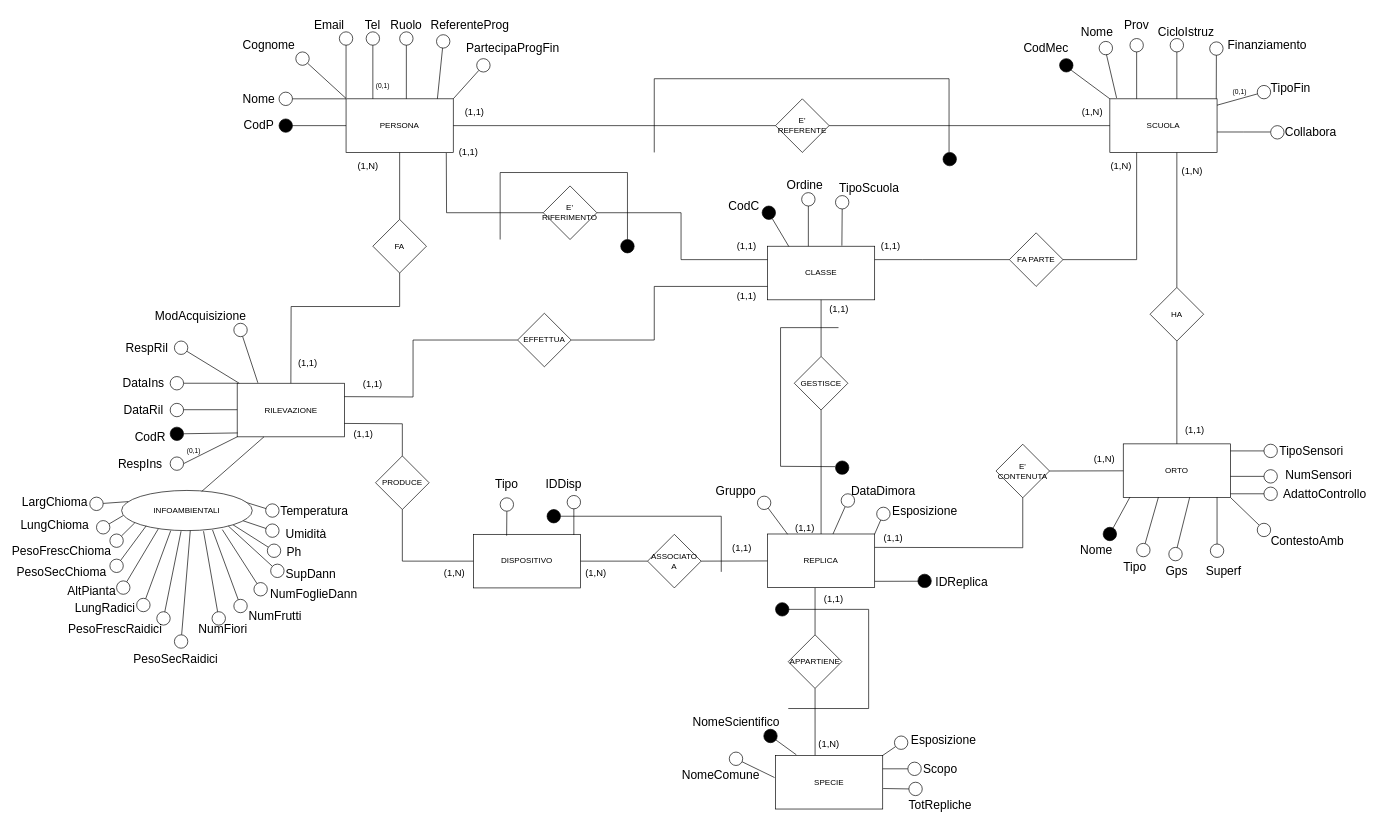
This is BD_ER_2023.drawio from pizzo-kyle/unige, a draw.io file, before an edit. Source tidied: cells renumbered, new cells numbered last; positions are measured from the earlier drawing's top-left corner, leaving out a move shared by most shapes. Both pictures are drawn from the tidied source at 67%, with x=0, y=0 at pixel (39, 11).
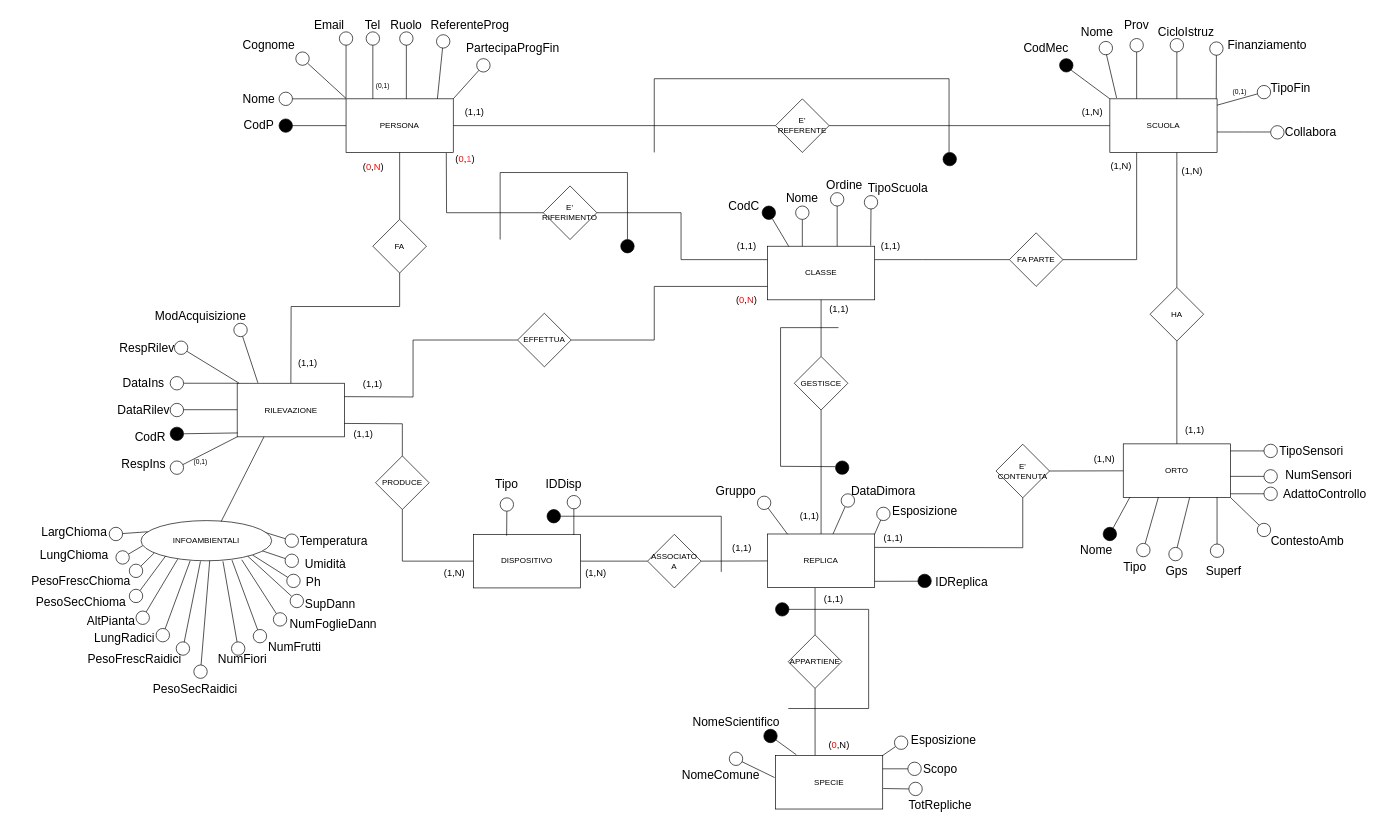
Above is the later version.

Unchanged cells that the change refers to:
```xml
<mxCell id="5" value="CLASSE" style="rounded=0;whiteSpace=wrap;html=1;" parent="1" vertex="1">
  <mxGeometry x="1087" y="350" width="160" height="80" as="geometry" />
</mxCell>
```

The edit, as a diff of the source:
```diff
@@
     <mxCell id="50" style="endArrow=none;html=1;rounded=0;" parent="1" edge="1">
       <mxGeometry relative="1" as="geometry">
-        <mxPoint x="1148" y="350" as="sourcePoint" />
-        <mxPoint x="1148" y="290" as="targetPoint" />
+        <mxPoint x="1191" y="350" as="sourcePoint" />
+        <mxPoint x="1191" y="290" as="targetPoint" />
       </mxGeometry>
     </mxCell>
     <mxCell id="51" value="&lt;font style=&quot;font-size: 18px;&quot;&gt;Ordine&lt;/font&gt;" style="text;html=1;strokeColor=none;fillColor=none;align=center;verticalAlign=middle;whiteSpace=wrap;rounded=0;" parent="1" vertex="1">
-      <mxGeometry x="1113" y="244.4" width="60" height="30" as="geometry" />
+      <mxGeometry x="1171.5" y="244.4" width="60" height="30" as="geometry" />
     </mxCell>
-    <mxCell id="52" style="endArrow=none;html=1;rounded=0;exitX=0.694;exitY=-0.01;exitDx=0;exitDy=0;exitPerimeter=0;" parent="1" edge="1" source="5" target="157">
-      <mxGeometry relative="1" as="geometry" />
+    <mxCell id="52" style="endArrow=none;html=1;rounded=0;exitX=0.694;exitY=-0.01;exitDx=0;exitDy=0;exitPerimeter=0;" parent="1" edge="1" target="157">
+      <mxGeometry relative="1" as="geometry">
+        <mxPoint x="1241" y="349.2" as="sourcePoint" />
+      </mxGeometry>
     </mxCell>
     <mxCell id="53" value="&lt;font style=&quot;font-size: 18px;&quot;&gt;TipoScuola&lt;/font&gt;" style="text;html=1;strokeColor=none;fillColor=none;align=center;verticalAlign=middle;whiteSpace=wrap;rounded=0;" parent="1" vertex="1">
-      <mxGeometry x="1208.5" y="249.4" width="60" height="30" as="geometry" />
+      <mxGeometry x="1251.5" y="249.4" width="60" height="30" as="geometry" />
     </mxCell>
@@
-    <mxCell id="61" value="&lt;span style=&quot;font-size: 18px;&quot;&gt;DataRil&lt;/span&gt;" style="text;html=1;strokeColor=none;fillColor=none;align=center;verticalAlign=middle;whiteSpace=wrap;rounded=0;" parent="1" vertex="1">
+    <mxCell id="61" value="&lt;span style=&quot;font-size: 18px;&quot;&gt;DataRilev&lt;/span&gt;" style="text;html=1;strokeColor=none;fillColor=none;align=center;verticalAlign=middle;whiteSpace=wrap;rounded=0;" parent="1" vertex="1">
       <mxGeometry x="115.5" y="574.5" width="80" height="40" as="geometry" />
     </mxCell>
@@
-    <mxCell id="67" value="&lt;span style=&quot;font-size: 18px;&quot;&gt;RespRil&lt;/span&gt;" style="text;html=1;strokeColor=none;fillColor=none;align=center;verticalAlign=middle;whiteSpace=wrap;rounded=0;" parent="1" vertex="1">
+    <mxCell id="67" value="&lt;span style=&quot;font-size: 18px;&quot;&gt;RespRilev&lt;/span&gt;" style="text;html=1;strokeColor=none;fillColor=none;align=center;verticalAlign=middle;whiteSpace=wrap;rounded=0;" parent="1" vertex="1">
       <mxGeometry x="115.5" y="481.5" width="90" height="40" as="geometry" />
     </mxCell>
-    <mxCell id="68" style="endArrow=none;html=1;rounded=0;" parent="1" edge="1">
+    <mxCell id="68" style="endArrow=none;html=1;rounded=0;" parent="1" edge="1" source="69">
       <mxGeometry relative="1" as="geometry">
-        <mxPoint x="215.5" y="674.5" as="sourcePoint" />
         <mxPoint x="295.5" y="634.5" as="targetPoint" />
       </mxGeometry>
     </mxCell>
     <mxCell id="69" style="ellipse;whiteSpace=wrap;html=1;fillColor=#FFFFFF;direction=south;gradientColor=none;" parent="1" vertex="1">
-      <mxGeometry x="195.5" y="664.5" width="20" height="20" as="geometry" />
+      <mxGeometry x="195.5" y="670.5" width="20" height="20" as="geometry" />
     </mxCell>
     <mxCell id="70" value="&lt;span style=&quot;font-size: 18px;&quot;&gt;RespIns&lt;/span&gt;" style="text;html=1;strokeColor=none;fillColor=none;align=center;verticalAlign=middle;whiteSpace=wrap;rounded=0;" parent="1" vertex="1">
-      <mxGeometry x="105.5" y="654.5" width="90" height="40" as="geometry" />
+      <mxGeometry x="110.5" y="654.5" width="90" height="40" as="geometry" />
     </mxCell>
@@
     <mxCell id="95" style="ellipse;whiteSpace=wrap;html=1;fillColor=#FFFFFF;direction=south;gradientColor=none;" parent="1" vertex="1">
-      <mxGeometry x="340.5" y="794.5" width="20" height="20" as="geometry" />
+      <mxGeometry x="369.5" y="839.5" width="20" height="20" as="geometry" />
     </mxCell>
     <mxCell id="96" value="&lt;span style=&quot;font-size: 18px;&quot;&gt;Ph&lt;/span&gt;" style="text;html=1;strokeColor=none;fillColor=none;align=center;verticalAlign=middle;whiteSpace=wrap;rounded=0;" parent="1" vertex="1">
-      <mxGeometry x="358" y="794.5" width="45" height="25" as="geometry" />
+      <mxGeometry x="387" y="839.5" width="45" height="25" as="geometry" />
     </mxCell>
@@
     <mxCell id="98" style="ellipse;whiteSpace=wrap;html=1;fillColor=#FFFFFF;direction=south;gradientColor=none;" parent="1" vertex="1">
-      <mxGeometry x="338" y="764.5" width="20" height="20" as="geometry" />
+      <mxGeometry x="367" y="809.5" width="20" height="20" as="geometry" />
     </mxCell>
     <mxCell id="99" value="&lt;span style=&quot;font-size: 18px;&quot;&gt;Umidità&lt;/span&gt;" style="text;html=1;strokeColor=none;fillColor=none;align=center;verticalAlign=middle;whiteSpace=wrap;rounded=0;" parent="1" vertex="1">
-      <mxGeometry x="370.5" y="759.5" width="55" height="40" as="geometry" />
+      <mxGeometry x="399.5" y="804.5" width="55" height="40" as="geometry" />
     </mxCell>
@@
     <mxCell id="101" style="ellipse;whiteSpace=wrap;html=1;fillColor=#FFFFFF;direction=south;gradientColor=none;" parent="1" vertex="1">
-      <mxGeometry x="338" y="734.5" width="20" height="20" as="geometry" />
+      <mxGeometry x="367" y="779.5" width="20" height="20" as="geometry" />
     </mxCell>
     <mxCell id="102" value="&lt;span style=&quot;font-size: 18px;&quot;&gt;Temperatura&lt;/span&gt;" style="text;html=1;strokeColor=none;fillColor=none;align=center;verticalAlign=middle;whiteSpace=wrap;rounded=0;" parent="1" vertex="1">
-      <mxGeometry x="360.5" y="724.5" width="100" height="40" as="geometry" />
+      <mxGeometry x="389.5" y="769.5" width="100" height="40" as="geometry" />
     </mxCell>
@@
     <mxCell id="113" value="INFOAMBIENTALI" style="ellipse;whiteSpace=wrap;html=1;" parent="1" vertex="1">
-      <mxGeometry x="123" y="714.5" width="195" height="60" as="geometry" />
+      <mxGeometry x="152" y="759.5" width="195" height="60" as="geometry" />
     </mxCell>
@@
     <mxCell id="116" style="ellipse;whiteSpace=wrap;html=1;fillColor=#FFFFFF;direction=south;gradientColor=none;" parent="1" vertex="1">
-      <mxGeometry x="85.5" y="759.5" width="20" height="20" as="geometry" />
+      <mxGeometry x="114.5" y="804.5" width="20" height="20" as="geometry" />
     </mxCell>
@@
     <mxCell id="118" style="ellipse;whiteSpace=wrap;html=1;fillColor=#FFFFFF;direction=south;gradientColor=none;" parent="1" vertex="1">
-      <mxGeometry x="75.5" y="724.5" width="20" height="20" as="geometry" />
+      <mxGeometry x="104.5" y="769.5" width="20" height="20" as="geometry" />
     </mxCell>
     <mxCell id="119" value="&lt;span style=&quot;font-size: 18px;&quot;&gt;LargChioma&lt;/span&gt;" style="text;html=1;strokeColor=none;fillColor=none;align=center;verticalAlign=middle;whiteSpace=wrap;rounded=0;" parent="1" vertex="1">
-      <mxGeometry x="0.5" y="719.5" width="45" height="25" as="geometry" />
+      <mxGeometry x="29.5" y="764.5" width="45" height="25" as="geometry" />
     </mxCell>
     <mxCell id="120" value="&lt;span style=&quot;font-size: 18px;&quot;&gt;LungChioma&lt;/span&gt;" style="text;html=1;strokeColor=none;fillColor=none;align=center;verticalAlign=middle;whiteSpace=wrap;rounded=0;" parent="1" vertex="1">
-      <mxGeometry x="0.5" y="754.5" width="45" height="25" as="geometry" />
+      <mxGeometry x="29.5" y="799.5" width="45" height="25" as="geometry" />
     </mxCell>
@@
     <mxCell id="122" style="ellipse;whiteSpace=wrap;html=1;fillColor=#FFFFFF;direction=south;gradientColor=none;" parent="1" vertex="1">
-      <mxGeometry x="105.5" y="779.5" width="20" height="20" as="geometry" />
+      <mxGeometry x="134.5" y="824.5" width="20" height="20" as="geometry" />
     </mxCell>
@@
     <mxCell id="124" style="ellipse;whiteSpace=wrap;html=1;fillColor=#FFFFFF;direction=south;gradientColor=none;" parent="1" vertex="1">
-      <mxGeometry x="105.5" y="817" width="20" height="20" as="geometry" />
+      <mxGeometry x="134.5" y="862" width="20" height="20" as="geometry" />
     </mxCell>
@@
     <mxCell id="126" style="ellipse;whiteSpace=wrap;html=1;fillColor=#FFFFFF;direction=south;gradientColor=none;" parent="1" vertex="1">
-      <mxGeometry x="115.5" y="849.5" width="20" height="20" as="geometry" />
+      <mxGeometry x="144.5" y="894.5" width="20" height="20" as="geometry" />
     </mxCell>
     <mxCell id="127" value="&lt;span style=&quot;font-size: 18px;&quot;&gt;PesoFrescChioma&lt;/span&gt;" style="text;html=1;strokeColor=none;fillColor=none;align=center;verticalAlign=middle;whiteSpace=wrap;rounded=0;" parent="1" vertex="1">
-      <mxGeometry x="10.5" y="792" width="45" height="25" as="geometry" />
+      <mxGeometry x="39.5" y="837" width="45" height="25" as="geometry" />
     </mxCell>
     <mxCell id="128" value="&lt;span style=&quot;font-size: 18px;&quot;&gt;PesoSecChioma&lt;/span&gt;" style="text;html=1;strokeColor=none;fillColor=none;align=center;verticalAlign=middle;whiteSpace=wrap;rounded=0;" parent="1" vertex="1">
-      <mxGeometry x="10.5" y="824.5" width="45" height="25" as="geometry" />
+      <mxGeometry x="39.5" y="869.5" width="45" height="25" as="geometry" />
     </mxCell>
@@
     <mxCell id="130" style="ellipse;whiteSpace=wrap;html=1;fillColor=#FFFFFF;direction=south;gradientColor=none;" parent="1" vertex="1">
-      <mxGeometry x="145.5" y="875.5" width="20" height="20" as="geometry" />
+      <mxGeometry x="174.5" y="920.5" width="20" height="20" as="geometry" />
     </mxCell>
@@
     <mxCell id="132" style="ellipse;whiteSpace=wrap;html=1;fillColor=#FFFFFF;direction=south;gradientColor=none;" parent="1" vertex="1">
-      <mxGeometry x="175.5" y="895.5" width="20" height="20" as="geometry" />
+      <mxGeometry x="204.5" y="940.5" width="20" height="20" as="geometry" />
     </mxCell>
     <mxCell id="133" style="endArrow=none;html=1;rounded=0;" parent="1" edge="1" source="134">
       <mxGeometry relative="1" as="geometry">
-        <mxPoint x="225.5" y="774.5" as="targetPoint" />
+        <mxPoint x="254.5" y="819.5" as="targetPoint" />
       </mxGeometry>
     </mxCell>
     <mxCell id="134" style="ellipse;whiteSpace=wrap;html=1;fillColor=#FFFFFF;direction=south;gradientColor=none;" parent="1" vertex="1">
-      <mxGeometry x="201.8" y="930" width="20" height="20" as="geometry" />
+      <mxGeometry x="230.8" y="975" width="20" height="20" as="geometry" />
     </mxCell>
@@
     <mxCell id="136" style="ellipse;whiteSpace=wrap;html=1;fillColor=#FFFFFF;direction=south;gradientColor=none;" parent="1" vertex="1">
-      <mxGeometry x="258" y="895.5" width="20" height="20" as="geometry" />
+      <mxGeometry x="287" y="940.5" width="20" height="20" as="geometry" />
     </mxCell>
@@
     <mxCell id="138" style="ellipse;whiteSpace=wrap;html=1;fillColor=#FFFFFF;direction=south;gradientColor=none;" parent="1" vertex="1">
-      <mxGeometry x="290.5" y="877" width="20" height="20" as="geometry" />
+      <mxGeometry x="319.5" y="922" width="20" height="20" as="geometry" />
     </mxCell>
@@
     <mxCell id="140" style="ellipse;whiteSpace=wrap;html=1;fillColor=#FFFFFF;direction=south;gradientColor=none;" parent="1" vertex="1">
-      <mxGeometry x="320.5" y="852" width="20" height="20" as="geometry" />
+      <mxGeometry x="349.5" y="897" width="20" height="20" as="geometry" />
     </mxCell>
@@
     <mxCell id="142" style="ellipse;whiteSpace=wrap;html=1;fillColor=#FFFFFF;direction=south;gradientColor=none;" parent="1" vertex="1">
-      <mxGeometry x="345.5" y="824.5" width="20" height="20" as="geometry" />
+      <mxGeometry x="374.5" y="869.5" width="20" height="20" as="geometry" />
     </mxCell>
     <mxCell id="143" value="&lt;span style=&quot;font-size: 18px;&quot;&gt;AltPianta&lt;/span&gt;" style="text;html=1;strokeColor=none;fillColor=none;align=center;verticalAlign=middle;whiteSpace=wrap;rounded=0;" parent="1" vertex="1">
-      <mxGeometry x="55.5" y="852" width="45" height="25" as="geometry" />
+      <mxGeometry x="84.5" y="897" width="45" height="25" as="geometry" />
     </mxCell>
     <mxCell id="144" value="&lt;span style=&quot;font-size: 18px;&quot;&gt;LungRadici&lt;/span&gt;" style="text;html=1;strokeColor=none;fillColor=none;align=center;verticalAlign=middle;whiteSpace=wrap;rounded=0;" parent="1" vertex="1">
-      <mxGeometry x="75.5" y="877" width="45" height="25" as="geometry" />
+      <mxGeometry x="104.5" y="922" width="45" height="25" as="geometry" />
     </mxCell>
     <mxCell id="145" value="&lt;span style=&quot;font-size: 18px;&quot;&gt;PesoFrescRaidici&lt;/span&gt;" style="text;html=1;strokeColor=none;fillColor=none;align=center;verticalAlign=middle;whiteSpace=wrap;rounded=0;" parent="1" vertex="1">
-      <mxGeometry x="90.5" y="909.5" width="45" height="25" as="geometry" />
+      <mxGeometry x="119.5" y="954.5" width="45" height="25" as="geometry" />
     </mxCell>
     <mxCell id="146" value="&lt;span style=&quot;font-family: Helvetica; font-size: 18px; font-style: normal; font-variant-ligatures: normal; font-variant-caps: normal; font-weight: 400; letter-spacing: normal; orphans: 2; text-align: center; text-indent: 0px; text-transform: none; widows: 2; word-spacing: 0px; -webkit-text-stroke-width: 0px; text-decoration-thickness: initial; text-decoration-style: initial; text-decoration-color: initial; float: none; display: inline !important;&quot;&gt;PesoSecRaidici&lt;/span&gt;" style="text;whiteSpace=wrap;html=1;" parent="1" vertex="1">
-      <mxGeometry x="139.2" y="950" width="132.5" height="30" as="geometry" />
+      <mxGeometry x="168.2" y="995" width="132.5" height="30" as="geometry" />
     </mxCell>
     <mxCell id="147" value="&lt;span style=&quot;font-family: Helvetica; font-size: 18px; font-style: normal; font-variant-ligatures: normal; font-variant-caps: normal; font-weight: 400; letter-spacing: normal; orphans: 2; text-align: center; text-indent: 0px; text-transform: none; widows: 2; word-spacing: 0px; -webkit-text-stroke-width: 0px; text-decoration-thickness: initial; text-decoration-style: initial; text-decoration-color: initial; float: none; display: inline !important;&quot;&gt;NumFiori&lt;/span&gt;" style="text;whiteSpace=wrap;html=1;" parent="1" vertex="1">
-      <mxGeometry x="235.5" y="904.5" width="85" height="30" as="geometry" />
+      <mxGeometry x="264.5" y="949.5" width="85" height="30" as="geometry" />
     </mxCell>
     <mxCell id="148" value="&lt;span style=&quot;font-family: Helvetica; font-size: 18px; font-style: normal; font-variant-ligatures: normal; font-variant-caps: normal; font-weight: 400; letter-spacing: normal; orphans: 2; text-align: center; text-indent: 0px; text-transform: none; widows: 2; word-spacing: 0px; -webkit-text-stroke-width: 0px; text-decoration-thickness: initial; text-decoration-style: initial; text-decoration-color: initial; float: none; display: inline !important;&quot;&gt;NumFrutti&lt;/span&gt;" style="text;whiteSpace=wrap;html=1;" parent="1" vertex="1">
-      <mxGeometry x="310.5" y="885.5" width="90" height="30" as="geometry" />
+      <mxGeometry x="339.5" y="930.5" width="90" height="30" as="geometry" />
     </mxCell>
     <mxCell id="149" value="&lt;div style=&quot;text-align: center;&quot;&gt;&lt;span style=&quot;background-color: initial; font-size: 18px;&quot;&gt;&amp;nbsp;NumFoglieDann&lt;/span&gt;&lt;/div&gt;" style="text;whiteSpace=wrap;html=1;" parent="1" vertex="1">
-      <mxGeometry x="338" y="852" width="135" height="30" as="geometry" />
+      <mxGeometry x="367" y="897" width="135" height="30" as="geometry" />
     </mxCell>
     <mxCell id="150" value="&lt;span style=&quot;font-family: Helvetica; font-size: 18px; font-style: normal; font-variant-ligatures: normal; font-variant-caps: normal; font-weight: 400; letter-spacing: normal; orphans: 2; text-align: center; text-indent: 0px; text-transform: none; widows: 2; word-spacing: 0px; -webkit-text-stroke-width: 0px; text-decoration-thickness: initial; text-decoration-style: initial; text-decoration-color: initial; float: none; display: inline !important;&quot;&gt;SupDann&lt;/span&gt;" style="text;whiteSpace=wrap;html=1;" parent="1" vertex="1">
-      <mxGeometry x="365.5" y="821.5" width="90" height="30" as="geometry" />
+      <mxGeometry x="394.5" y="866.5" width="90" height="30" as="geometry" />
     </mxCell>
@@
     <mxCell id="156" style="ellipse;whiteSpace=wrap;html=1;fillColor=#FFFFFF;direction=south;gradientColor=none;" parent="1" vertex="1">
-      <mxGeometry x="1138" y="270" width="20" height="20" as="geometry" />
+      <mxGeometry x="1181" y="270" width="20" height="20" as="geometry" />
     </mxCell>
     <mxCell id="157" style="ellipse;whiteSpace=wrap;html=1;fillColor=#FFFFFF;direction=south;gradientColor=none;" parent="1" vertex="1">
-      <mxGeometry x="1188.5" y="274.4" width="20" height="20" as="geometry" />
+      <mxGeometry x="1231.5" y="274.4" width="20" height="20" as="geometry" />
     </mxCell>
@@
-    <mxCell id="186" value="&lt;font style=&quot;font-size: 14px;&quot;&gt;(1,1)&lt;/font&gt;" style="text;html=1;strokeColor=none;fillColor=none;align=center;verticalAlign=middle;whiteSpace=wrap;rounded=0;" parent="1" vertex="1">
-      <mxGeometry x="618" y="200" width="46" height="20" as="geometry" />
-    </mxCell>
@@
     <mxCell id="194" value="&lt;font style=&quot;font-size: 14px;&quot;&gt;(1,1)&lt;/font&gt;" style="text;html=1;strokeColor=none;fillColor=none;align=center;verticalAlign=middle;whiteSpace=wrap;rounded=0;" parent="1" vertex="1">
-      <mxGeometry x="1120" y="759.5" width="46" height="20" as="geometry" />
+      <mxGeometry x="1127" y="742" width="46" height="20" as="geometry" />
     </mxCell>
@@
-    <mxCell id="209" value="&lt;font style=&quot;font-size: 14px;&quot;&gt;(1,N)&lt;/font&gt;" style="text;html=1;strokeColor=none;fillColor=none;align=center;verticalAlign=middle;whiteSpace=wrap;rounded=0;" parent="1" vertex="1">
-      <mxGeometry x="1156" y="1083" width="46" height="20" as="geometry" />
-    </mxCell>
@@
-    <mxCell id="225" value="&lt;font style=&quot;font-size: 14px;&quot;&gt;(1,N)&lt;/font&gt;" style="text;html=1;strokeColor=none;fillColor=none;align=center;verticalAlign=middle;whiteSpace=wrap;rounded=0;" parent="1" vertex="1">
-      <mxGeometry x="468" y="220" width="46" height="20" as="geometry" />
-    </mxCell>
@@
-    <mxCell id="229" value="&lt;font style=&quot;font-size: 14px;&quot;&gt;(1,1)&lt;/font&gt;" style="text;html=1;strokeColor=none;fillColor=none;align=center;verticalAlign=middle;whiteSpace=wrap;rounded=0;" parent="1" vertex="1">
-      <mxGeometry x="1033" y="414" width="46" height="20" as="geometry" />
-    </mxCell>
@@
     <mxCell id="252" value="&lt;font style=&quot;font-size: 10px;&quot;&gt;(0,1)&lt;/font&gt;" style="text;html=1;strokeColor=none;fillColor=none;align=center;verticalAlign=middle;whiteSpace=wrap;rounded=0;" parent="1" vertex="1">
-      <mxGeometry x="205.5" y="640" width="50" height="30" as="geometry" />
+      <mxGeometry x="215.8" y="657" width="50" height="30" as="geometry" />
     </mxCell>
@@
+    <mxCell id="257" value="&lt;font style=&quot;font-size: 14px;&quot;&gt;(&lt;font color=&quot;#ff0000&quot;&gt;0&lt;/font&gt;,&lt;font color=&quot;#ff0000&quot;&gt;N&lt;/font&gt;)&lt;/font&gt;" style="text;html=1;strokeColor=none;fillColor=none;align=center;verticalAlign=middle;whiteSpace=wrap;rounded=0;" parent="1" vertex="1">
+      <mxGeometry x="475.5" y="221.5" width="46" height="20" as="geometry" />
+    </mxCell>
+    <mxCell id="258" value="&lt;font style=&quot;font-size: 14px;&quot;&gt;(&lt;font color=&quot;#ff0000&quot;&gt;0&lt;/font&gt;,N)&lt;/font&gt;" style="text;html=1;strokeColor=none;fillColor=none;align=center;verticalAlign=middle;whiteSpace=wrap;rounded=0;" parent="1" vertex="1">
+      <mxGeometry x="1171" y="1085" width="46" height="20" as="geometry" />
+    </mxCell>
+    <mxCell id="259" value="&lt;font style=&quot;font-size: 14px;&quot;&gt;(&lt;font color=&quot;#ff0000&quot;&gt;0&lt;/font&gt;,&lt;font color=&quot;#ff0000&quot;&gt;N&lt;/font&gt;)&lt;/font&gt;" style="text;html=1;strokeColor=none;fillColor=none;align=center;verticalAlign=middle;whiteSpace=wrap;rounded=0;" parent="1" vertex="1">
+      <mxGeometry x="1033" y="420" width="46" height="20" as="geometry" />
+    </mxCell>
+    <mxCell id="260" value="&lt;font style=&quot;font-size: 14px;&quot;&gt;(&lt;font color=&quot;#ff0000&quot;&gt;0&lt;/font&gt;,&lt;font color=&quot;#ff3333&quot;&gt;1&lt;/font&gt;)&lt;/font&gt;" style="text;html=1;strokeColor=none;fillColor=none;align=center;verticalAlign=middle;whiteSpace=wrap;rounded=0;" parent="1" vertex="1">
+      <mxGeometry x="613" y="210" width="46" height="20" as="geometry" />
+    </mxCell>
+    <mxCell id="261" style="endArrow=none;html=1;rounded=0;" parent="1" edge="1" source="264">
+      <mxGeometry relative="1" as="geometry">
+        <mxPoint x="1139" y="290" as="targetPoint" />
+      </mxGeometry>
+    </mxCell>
+    <mxCell id="262" value="&lt;font style=&quot;font-size: 18px;&quot;&gt;Nome&lt;/font&gt;" style="text;html=1;strokeColor=none;fillColor=none;align=center;verticalAlign=middle;whiteSpace=wrap;rounded=0;" parent="1" vertex="1">
+      <mxGeometry x="1109" y="264" width="60" height="30" as="geometry" />
+    </mxCell>
+    <mxCell id="263" style="endArrow=none;html=1;rounded=0;" parent="1" edge="1" target="264">
+      <mxGeometry relative="1" as="geometry">
+        <mxPoint x="1139" y="350" as="sourcePoint" />
+      </mxGeometry>
+    </mxCell>
+    <mxCell id="264" style="ellipse;whiteSpace=wrap;html=1;fillColor=#FFFFFF;direction=south;gradientColor=none;" parent="1" vertex="1">
+      <mxGeometry x="1129" y="290" width="20" height="20" as="geometry" />
+    </mxCell>
```
